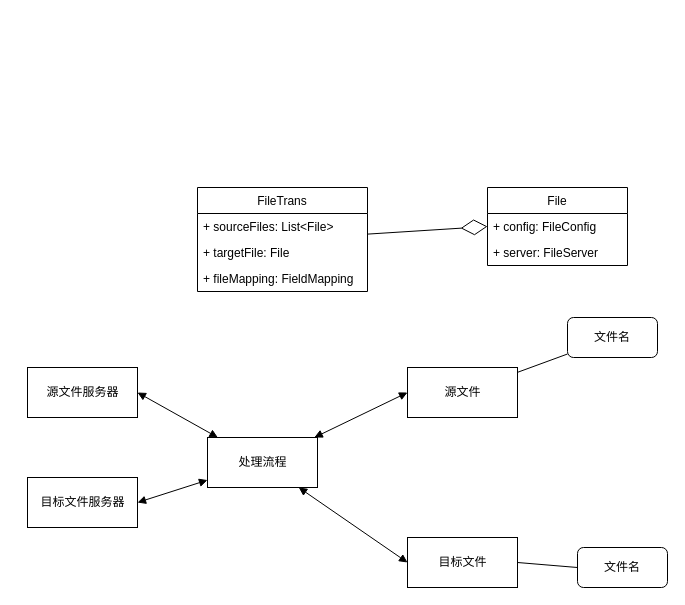
Before: page "原始关系" (6 of 6) of diagrams.net/DDDtest.drawio in ZhengweiHou/simplegit, a draw.io diagram. Source tidied: cells renumbered, new cells numbered last; positions are measured from the earlier drawing's top-left corner, leaving out a move shared by most shapes. Both pictures are drawn from the tidied source at 100%, with x=0, y=0 at pixel (27, 187).
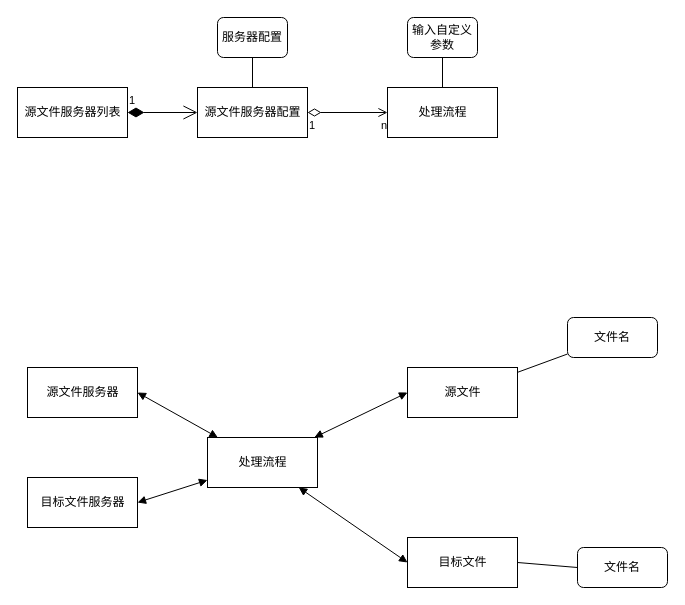
After the change.

Change to the diagram source:
```diff
@@
-    <mxCell id="2" value="FileTrans" style="swimlane;fontStyle=0;horizontal=1;startSize=26;fillColor=none;" parent="1" vertex="1">
-      <mxGeometry x="170" width="170" height="104" as="geometry" />
-    </mxCell>
-    <mxCell id="3" value="+ sourceFiles: List&lt;File&gt;" style="text;strokeColor=none;fillColor=none;align=left;verticalAlign=top;spacingLeft=4;spacingRight=4;overflow=hidden;" parent="2" vertex="1">
-      <mxGeometry y="26" width="170" height="26" as="geometry" />
-    </mxCell>
-    <mxCell id="4" value="+ targetFile: File" style="text;strokeColor=none;fillColor=none;align=left;verticalAlign=top;spacingLeft=4;spacingRight=4;overflow=hidden;" parent="2" vertex="1">
-      <mxGeometry y="52" width="170" height="26" as="geometry" />
-    </mxCell>
-    <mxCell id="5" value="+ fileMapping: FieldMapping" style="text;strokeColor=none;fillColor=none;align=left;verticalAlign=top;spacingLeft=4;spacingRight=4;overflow=hidden;" parent="2" vertex="1">
-      <mxGeometry y="78" width="170" height="26" as="geometry" />
-    </mxCell>
-    <mxCell id="6" value="File" style="swimlane;fontStyle=0;horizontal=1;startSize=26;fillColor=none;" parent="1" vertex="1">
-      <mxGeometry x="460" width="140" height="78" as="geometry" />
-    </mxCell>
-    <mxCell id="7" value="+ config: FileConfig&#10;" style="text;strokeColor=none;fillColor=none;align=left;verticalAlign=top;spacingLeft=4;spacingRight=4;overflow=hidden;points=[[0,0.5],[1,0.5]];portConstraint=eastwest;" parent="6" vertex="1">
-      <mxGeometry y="26" width="140" height="26" as="geometry" />
-    </mxCell>
-    <mxCell id="8" value="+ server: FileServer" style="text;strokeColor=none;fillColor=none;align=left;verticalAlign=top;spacingLeft=4;spacingRight=4;overflow=hidden;" parent="6" vertex="1">
-      <mxGeometry y="52" width="140" height="26" as="geometry" />
-    </mxCell>
-    <mxCell id="9" style="endArrow=diamondThin;endFill=0;endSize=24;html=1;entryX=0;entryY=0.5;entryDx=0;entryDy=0;" parent="1" edge="1" source="2" target="7">
-      <mxGeometry relative="1" as="geometry" />
-    </mxCell>
@@
+    <mxCell id="23" value="源文件服务器配置" style="html=1;fillColor=none;" parent="1" vertex="1">
+      <mxGeometry x="170" y="-100" width="110" height="50" as="geometry" />
+    </mxCell>
+    <mxCell id="24" value="&lt;div&gt;处理流程&lt;/div&gt;" style="html=1;fillColor=none;" parent="1" vertex="1">
+      <mxGeometry x="360" y="-100" width="110" height="50" as="geometry" />
+    </mxCell>
+    <mxCell id="25" style="endArrow=open;html=1;endSize=7;startArrow=diamondThin;startSize=11;startFill=0;edgeStyle=orthogonalEdgeStyle;exitX=1;exitY=0.5;exitDx=0;exitDy=0;entryX=0;entryY=0.5;entryDx=0;entryDy=0;" parent="1" edge="1" source="23" target="24">
+      <mxGeometry relative="1" as="geometry" />
+    </mxCell>
+    <mxCell id="26" value="1" style="edgeLabel;html=1;align=left;verticalAlign=top;" parent="25" vertex="1">
+      <mxGeometry x="-1" relative="1" as="geometry" />
+    </mxCell>
+    <mxCell id="27" value="n" style="edgeLabel;html=1;align=right;verticalAlign=top;" parent="25" vertex="1">
+      <mxGeometry x="1" relative="1" as="geometry" />
+    </mxCell>
+    <mxCell id="28" value="源文件服务器列表" style="html=1;fillColor=none;" parent="1" vertex="1">
+      <mxGeometry x="-10" y="-100" width="110" height="50" as="geometry" />
+    </mxCell>
+    <mxCell id="29" value="1" style="endArrow=open;html=1;endSize=12;startArrow=diamondThin;startSize=14;startFill=1;edgeStyle=orthogonalEdgeStyle;align=left;verticalAlign=bottom;exitX=1;exitY=0.5;exitDx=0;exitDy=0;entryX=0;entryY=0.5;entryDx=0;entryDy=0;" parent="1" edge="1" source="28" target="23">
+      <mxGeometry x="-1" y="3" relative="1" as="geometry" />
+    </mxCell>
+    <mxCell id="30" value="服务器配置" style="rounded=1;whiteSpace=wrap;html=1;fillColor=none;" parent="1" vertex="1">
+      <mxGeometry x="190" y="-170" width="70" height="40" as="geometry" />
+    </mxCell>
+    <mxCell id="31" style="endArrow=none;html=1;startSize=11;endSize=7;" parent="1" edge="1" source="23" target="30">
+      <mxGeometry relative="1" as="geometry" />
+    </mxCell>
+    <mxCell id="32" value="输入自定义参数" style="rounded=1;whiteSpace=wrap;html=1;fillColor=none;" parent="1" vertex="1">
+      <mxGeometry x="380" y="-170" width="70" height="40" as="geometry" />
+    </mxCell>
+    <mxCell id="33" style="endArrow=none;html=1;startSize=11;endSize=7;" parent="1" edge="1" source="32" target="24">
+      <mxGeometry relative="1" as="geometry" />
+    </mxCell>
```
